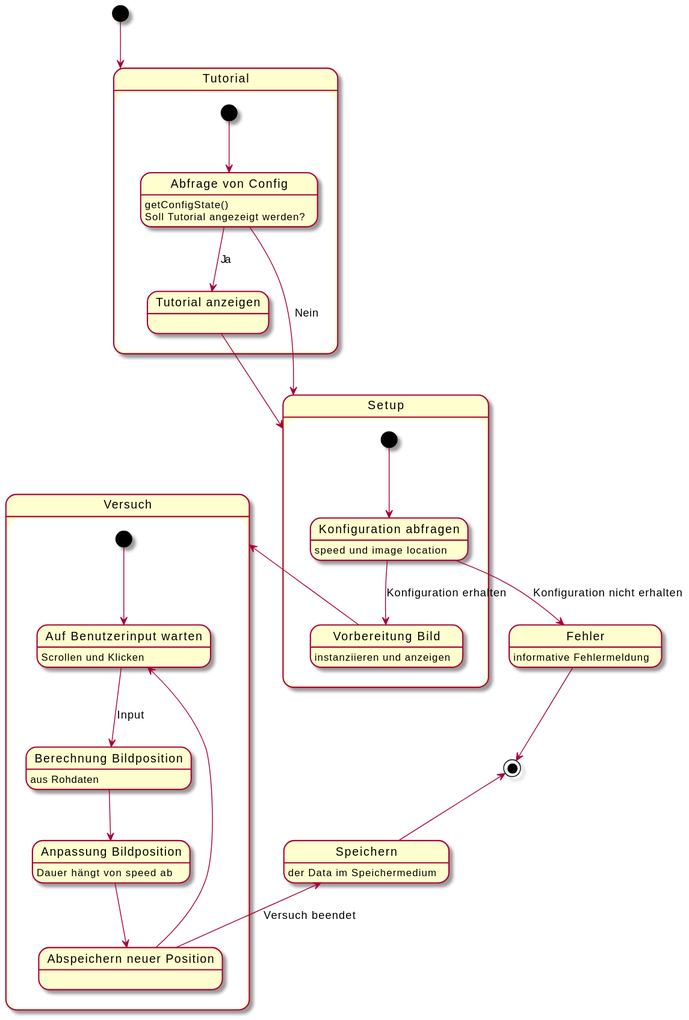
weichware-10/dokumente keeps this PlantUML diagram as uml-state/zoommaps/zustand-zoommaps.svg. Above is the earlier version.
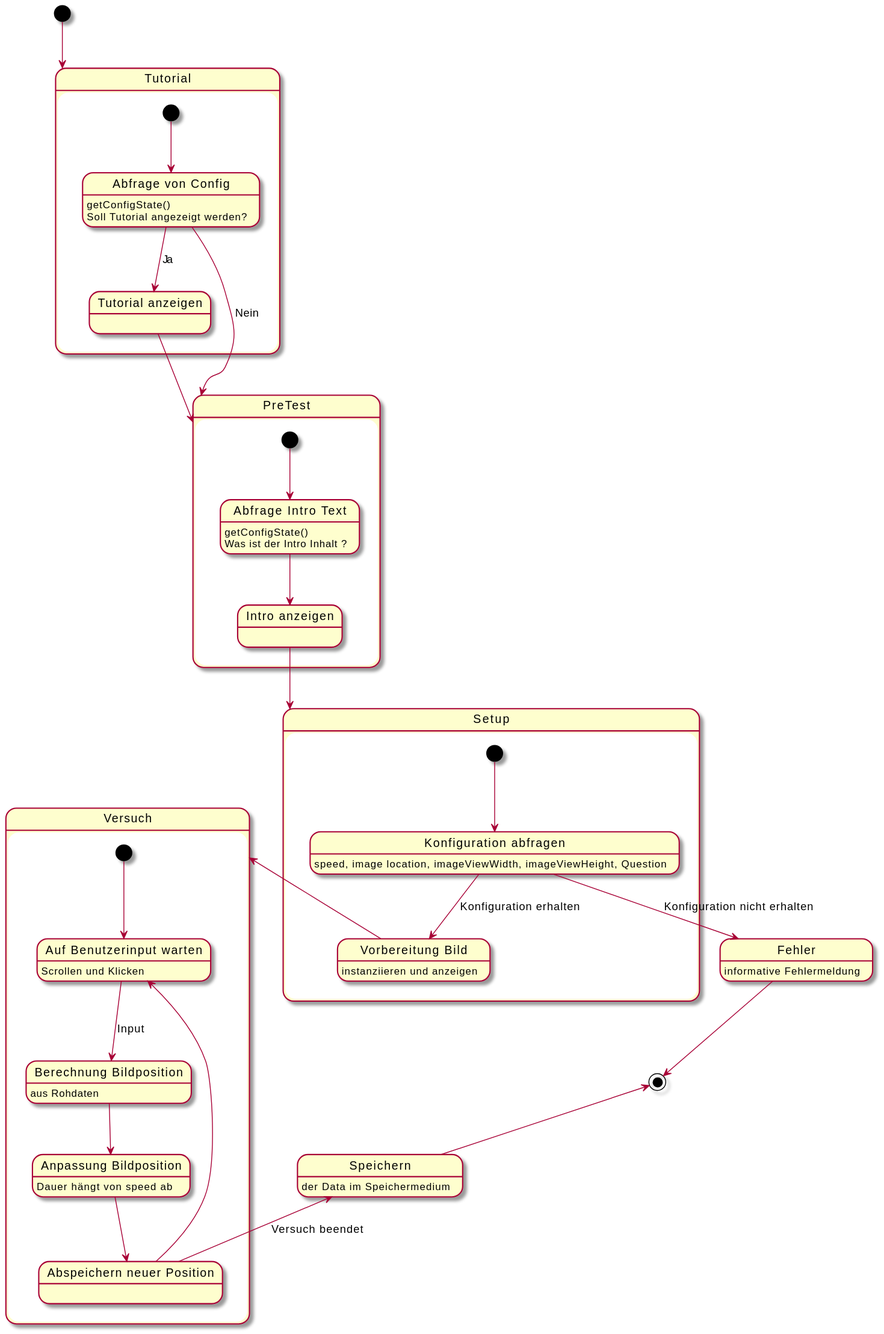
The same diagram one commit later.

Commit message:
[chore] rendered SVGs

Change to the diagram source:
```diff
@@ -7,12 +7,20 @@
     state "Tutorial anzeigen" as ta
     [*] --> ac
     ac --> ta : Ja
-    ac --> s : Nein
-    ta --> s
+    ac --> p : Nein
+    ta --> p
+}
+
+state "PreTest" as p {
+    state "Abfrage Intro Text" as it : getConfigState()\nWas ist der Intro Inhalt ?
+    state "Intro anzeigen" as ia
+    [*] --> it
+    it --> ia
+    ia --> s
 }
 
 state "Setup" as s {
-    state "Konfiguration abfragen" as ka : speed und image location
+    state "Konfiguration abfragen" as ka : speed, image location, imageViewWidth, imageViewHeight, Question
     state "Vorbereitung Bild" as vb : instanziieren und anzeigen
     [*] --> ka
     ka --> vb : Konfiguration erhalten
```
